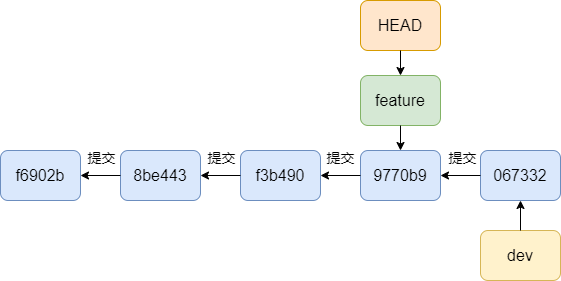
Earlier version of the draw.io export git/git提交HEAD变化示例.drawio.png (guxdong/imgrepo). Source tidied: cells renumbered, new cells last; positions are measured from the earlier drawing's top-left corner, leaving out a move shared by most shapes.
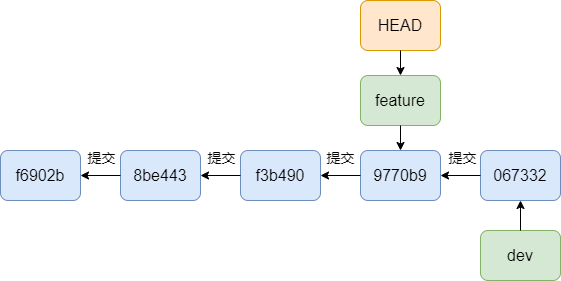
Later version of the same file.

Commit message:
更新git提交HEAD变化示例.drawio.png

The edit, as a diff of the source:
```diff
@@ -35,7 +35,7 @@
     <mxCell id="12" value="&lt;font style=&quot;font-size: 16px;&quot;&gt;HEAD&lt;/font&gt;" style="rounded=1;whiteSpace=wrap;html=1;fontSize=14;fillColor=#ffe6cc;strokeColor=#d79b00;" parent="1" vertex="1">
       <mxGeometry x="360" width="80" height="50" as="geometry" />
     </mxCell>
-    <mxCell id="13" value="&lt;font style=&quot;font-size: 16px;&quot;&gt;dev&lt;/font&gt;" style="rounded=1;whiteSpace=wrap;html=1;fontSize=14;fillColor=#fff2cc;strokeColor=#d6b656;" parent="1" vertex="1">
+    <mxCell id="13" value="&lt;font style=&quot;font-size: 16px;&quot;&gt;dev&lt;/font&gt;" style="rounded=1;whiteSpace=wrap;html=1;fontSize=14;fillColor=#d5e8d4;strokeColor=#82b366;" parent="1" vertex="1">
       <mxGeometry x="480" y="230" width="80" height="50" as="geometry" />
     </mxCell>
     <mxCell id="14" style="endArrow=classic;html=1;rounded=0;entryX=0.5;entryY=1;entryDx=0;entryDy=0;exitX=0.5;exitY=0;exitDx=0;exitDy=0;" parent="1" edge="1" source="13" target="2">
```
